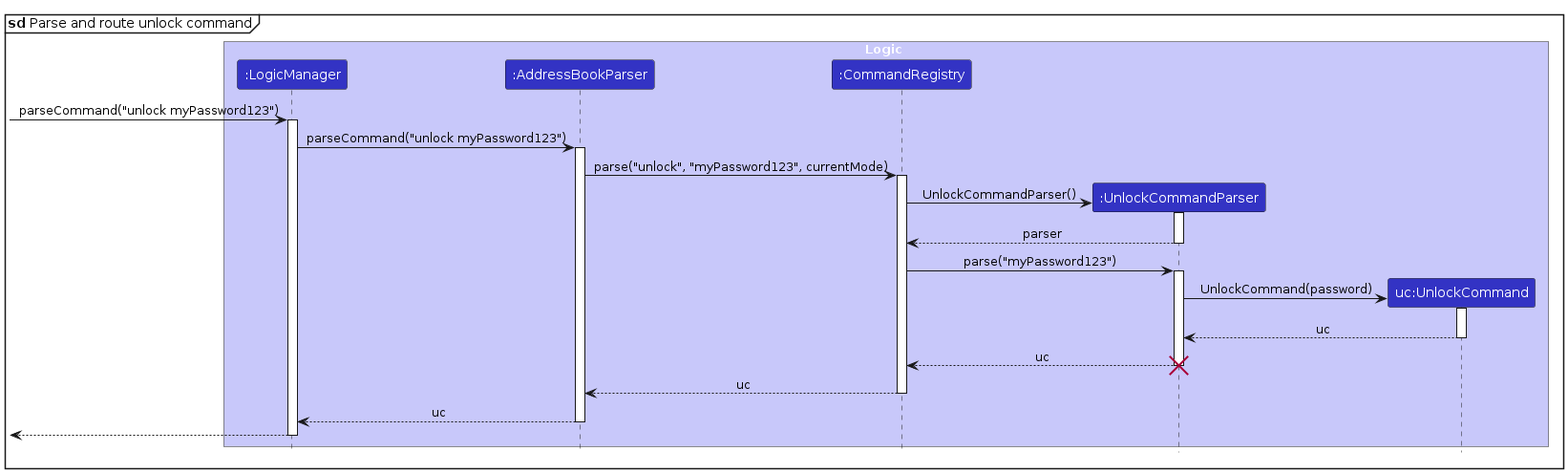
Above: diagrams/UnlockParseSequenceDiagram.png in AY2526S2-CS2103T-T15-2/tp (PlantUML), before the change. Its source is kept beside it as diagrams/UnlockParseSequenceDiagram.puml.
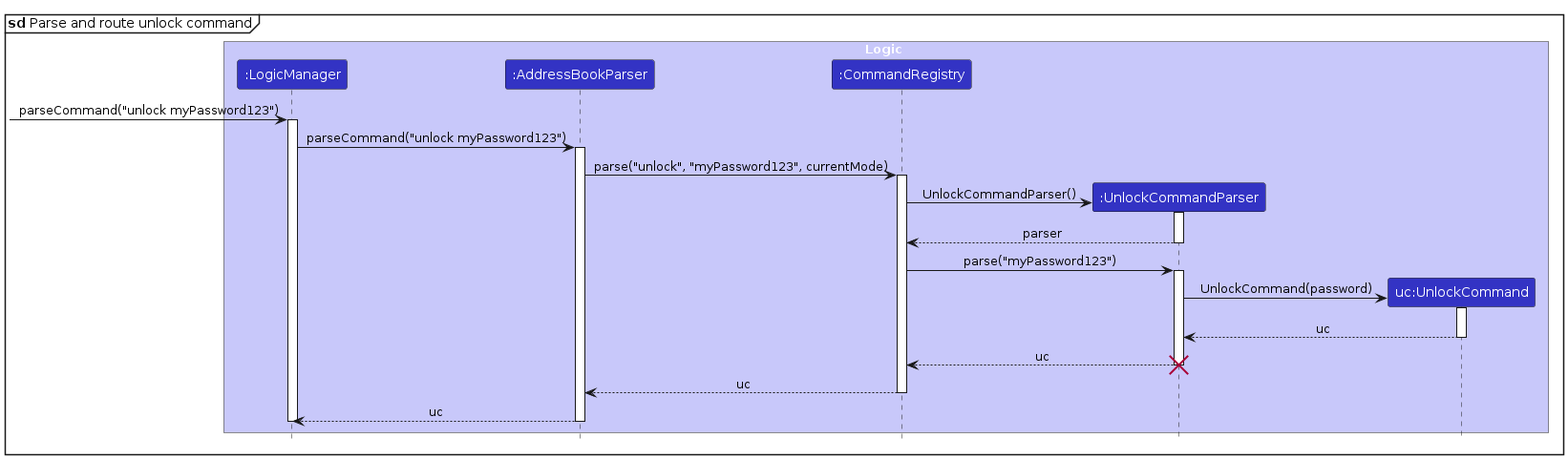
After the commit.

Diff of the diagram source:
```diff
@@ -46,6 +46,5 @@
 AddressBookParser --> LogicManager : uc
 deactivate AddressBookParser
 
-[<-- LogicManager
 deactivate LogicManager
 @enduml
```
